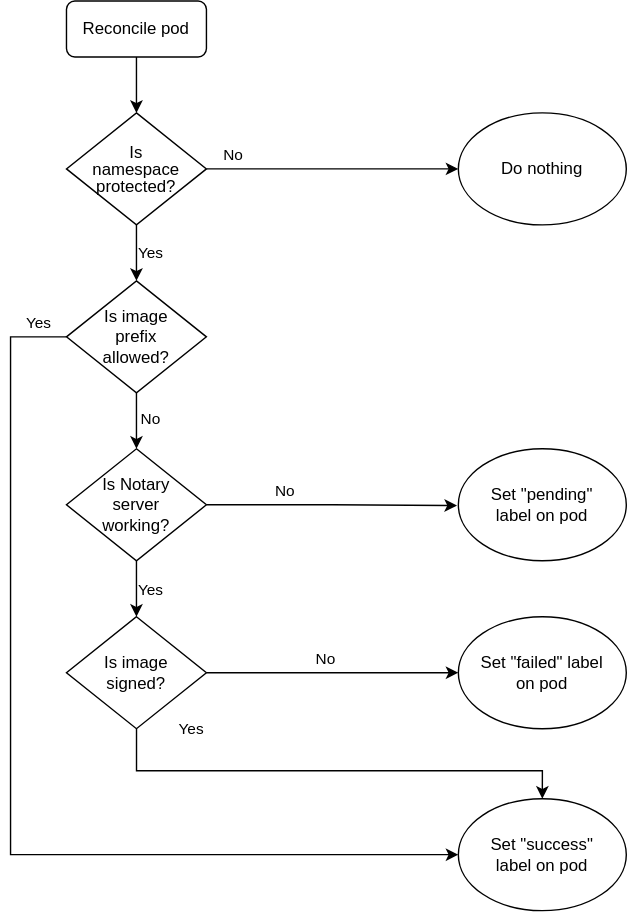
This is docs/assets/user_reconcile.svg from kyma-project/warden, a draw.io export, as it was before one commit. Source tidied: cells renumbered, new cells last; positions are measured from the earlier drawing's top-left corner, leaving out a move shared by most shapes.
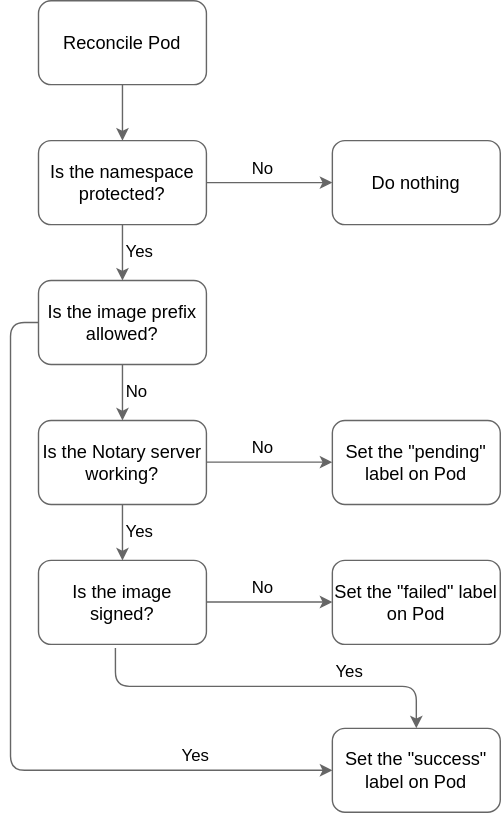
The same diagram one commit later.

Change to the diagram source:
```diff
@@ -1,105 +1,140 @@
-<mxGraphModel>
+<mxGraphModel background="#FFFFFF">
   <root>
     <mxCell id="0" />
     <mxCell id="1" parent="0" />
-    <mxCell id="2" style="edgeStyle=orthogonalEdgeStyle;rounded=0;jettySize=auto;html=1;" parent="1" edge="1" source="3" target="7">
-      <mxGeometry relative="1" as="geometry" />
-    </mxCell>
-    <mxCell id="3" value="Reconcile pod" style="rounded=1;whiteSpace=wrap;html=1;fontSize=12;glass=0;strokeWidth=1;shadow=0;" parent="1" vertex="1">
-      <mxGeometry x="40" width="100" height="40" as="geometry" />
-    </mxCell>
-    <mxCell id="4" value="Yes" style="edgeStyle=orthogonalEdgeStyle;rounded=0;jettySize=auto;html=1;" parent="1" edge="1" source="7" target="26">
-      <mxGeometry y="10" relative="1" as="geometry" />
-    </mxCell>
-    <mxCell id="5" style="edgeStyle=orthogonalEdgeStyle;rounded=0;jettySize=auto;html=1;" parent="1" edge="1" source="7" target="13">
-      <mxGeometry relative="1" as="geometry" />
-    </mxCell>
-    <mxCell id="6" value="No" style="edgeLabel;html=1;align=center;verticalAlign=middle;" parent="5" vertex="1">
-      <mxGeometry x="0.12" y="1" relative="1" as="geometry">
-        <mxPoint x="-82" y="-9" as="offset" />
-      </mxGeometry>
-    </mxCell>
-    <mxCell id="7" value="&lt;p style=&quot;line-height: 100%;&quot;&gt;Is namespace protected?&lt;/p&gt;" style="rhombus;whiteSpace=wrap;html=1;shadow=0;fontFamily=Helvetica;fontSize=12;align=center;strokeWidth=1;spacing=6;spacingTop=0;spacingLeft=10;spacingRight=10;" parent="1" vertex="1">
-      <mxGeometry x="40" y="80" width="100" height="80" as="geometry" />
-    </mxCell>
-    <mxCell id="8" style="edgeStyle=orthogonalEdgeStyle;rounded=0;jettySize=auto;html=1;entryX=0.5;entryY=0;entryDx=0;entryDy=0;" parent="1" edge="1" source="12" target="20">
-      <mxGeometry relative="1" as="geometry" />
-    </mxCell>
-    <mxCell id="9" value="Yes" style="edgeLabel;html=1;align=center;verticalAlign=middle;" parent="8" vertex="1">
-      <mxGeometry x="-0.05" y="1" relative="1" as="geometry">
-        <mxPoint x="9" y="1" as="offset" />
-      </mxGeometry>
-    </mxCell>
-    <mxCell id="10" style="edgeStyle=orthogonalEdgeStyle;rounded=0;jettySize=auto;html=1;entryX=-0.008;entryY=0.507;entryDx=0;entryDy=0;entryPerimeter=0;" parent="1" edge="1" source="12" target="14">
-      <mxGeometry relative="1" as="geometry" />
-    </mxCell>
-    <mxCell id="11" value="No" style="edgeLabel;html=1;align=center;verticalAlign=middle;" parent="10" vertex="1">
-      <mxGeometry x="-0.38" relative="1" as="geometry">
-        <mxPoint y="-10" as="offset" />
-      </mxGeometry>
-    </mxCell>
-    <mxCell id="12" value="Is Notary server working?" style="rhombus;whiteSpace=wrap;html=1;shadow=0;fontFamily=Helvetica;fontSize=12;align=center;strokeWidth=1;spacing=6;spacingTop=0;spacingLeft=10;spacingRight=10;" parent="1" vertex="1">
-      <mxGeometry x="40" y="320" width="100" height="80" as="geometry" />
-    </mxCell>
+    <mxCell id="27" value="Reconcile Pod" style="rounded=1;whiteSpace=wrap;html=1;fontSize=13;strokeColor=#666666;" parent="1" vertex="1">
+      <mxGeometry x="110" y="-20" width="120" height="60" as="geometry" />
+    </mxCell>
+    <mxCell id="28" style="edgeStyle=orthogonalEdgeStyle;rounded=1;jettySize=auto;html=1;startArrow=none;startFill=0;endArrow=classic;endFill=1;strokeColor=#666666;entryX=0.5;entryY=0;entryDx=0;entryDy=0;exitX=0.5;exitY=1;exitDx=0;exitDy=0;" parent="1" edge="1" source="27" target="29">
+      <mxGeometry relative="1" as="geometry" />
+    </mxCell>
+    <mxCell id="29" value="Is the namespace protected?" style="rounded=1;whiteSpace=wrap;html=1;fontSize=13;strokeColor=#666666;" parent="1" vertex="1">
+      <mxGeometry x="110" y="80" width="120" height="60" as="geometry" />
+    </mxCell>
+    <mxCell id="30" value="Is the image prefix allowed?" style="rounded=1;whiteSpace=wrap;html=1;fontSize=13;strokeColor=#666666;" parent="1" vertex="1">
+      <mxGeometry x="110" y="180" width="120" height="60" as="geometry" />
+    </mxCell>
+    <mxCell id="31" style="edgeStyle=orthogonalEdgeStyle;rounded=1;orthogonalLoop=1;jettySize=auto;html=1;startArrow=none;startFill=0;endArrow=classic;endFill=1;strokeColor=#666666;entryX=0.5;entryY=0;entryDx=0;entryDy=0;exitX=0.5;exitY=1;exitDx=0;exitDy=0;" parent="1" edge="1">
+      <mxGeometry relative="1" as="geometry">
+        <mxPoint x="170" y="140" as="sourcePoint" />
+        <mxPoint x="170" y="180" as="targetPoint" />
+        <Array as="points">
+          <mxPoint x="170" y="160" />
+          <mxPoint x="170" y="160" />
+        </Array>
+      </mxGeometry>
+    </mxCell>
+    <mxCell id="32" value="No" style="edgeLabel;html=1;align=center;verticalAlign=middle;labelBackgroundColor=none;fontSize=12;" parent="31" vertex="1">
+      <mxGeometry x="0.35" y="-4" relative="1" as="geometry">
+        <mxPoint x="104" y="-67" as="offset" />
+      </mxGeometry>
+    </mxCell>
+    <mxCell id="33" value="Yes" style="edgeLabel;html=1;align=center;verticalAlign=middle;labelBackgroundColor=none;fontSize=12;spacingLeft=4;" parent="31" vertex="1">
+      <mxGeometry x="0.35" y="-4" relative="1" as="geometry">
+        <mxPoint x="14" y="-7" as="offset" />
+      </mxGeometry>
+    </mxCell>
+    <mxCell id="34" value="No" style="edgeLabel;html=1;align=center;verticalAlign=middle;labelBackgroundColor=none;fontSize=12;" parent="31" vertex="1">
+      <mxGeometry x="0.35" y="-4" relative="1" as="geometry">
+        <mxPoint x="14" y="93" as="offset" />
+      </mxGeometry>
+    </mxCell>
+    <mxCell id="35" value="Yes" style="edgeLabel;html=1;align=center;verticalAlign=middle;labelBackgroundColor=none;fontSize=12;spacingLeft=4;" parent="31" vertex="1">
+      <mxGeometry x="0.35" y="-4" relative="1" as="geometry">
+        <mxPoint x="14" y="193" as="offset" />
+      </mxGeometry>
+    </mxCell>
+    <mxCell id="36" value="Yes" style="edgeLabel;html=1;align=center;verticalAlign=middle;labelBackgroundColor=none;fontSize=12;spacingLeft=4;" parent="31" vertex="1">
+      <mxGeometry x="0.35" y="-4" relative="1" as="geometry">
+        <mxPoint x="164" y="293" as="offset" />
+      </mxGeometry>
+    </mxCell>
+    <mxCell id="37" value="Yes" style="edgeLabel;html=1;align=center;verticalAlign=middle;labelBackgroundColor=none;fontSize=12;spacingLeft=4;" parent="31" vertex="1">
+      <mxGeometry x="0.35" y="-4" relative="1" as="geometry">
+        <mxPoint x="54" y="353" as="offset" />
+      </mxGeometry>
+    </mxCell>
+    <mxCell id="38" value="No" style="edgeLabel;html=1;align=center;verticalAlign=middle;labelBackgroundColor=none;fontSize=12;" parent="31" vertex="1">
+      <mxGeometry x="0.35" y="-4" relative="1" as="geometry">
+        <mxPoint x="104" y="133" as="offset" />
+      </mxGeometry>
+    </mxCell>
+    <mxCell id="39" value="No" style="edgeLabel;html=1;align=center;verticalAlign=middle;labelBackgroundColor=none;fontSize=12;" parent="31" vertex="1">
+      <mxGeometry x="0.35" y="-4" relative="1" as="geometry">
+        <mxPoint x="104" y="233" as="offset" />
+      </mxGeometry>
+    </mxCell>
+    <mxCell id="40" style="edgeStyle=orthogonalEdgeStyle;rounded=1;orthogonalLoop=1;jettySize=auto;html=1;startArrow=none;startFill=0;endArrow=classic;endFill=1;strokeColor=#666666;entryX=0.5;entryY=0;entryDx=0;entryDy=0;exitX=0.5;exitY=1;exitDx=0;exitDy=0;" parent="1" edge="1">
+      <mxGeometry relative="1" as="geometry">
+        <mxPoint x="170" y="240" as="sourcePoint" />
+        <mxPoint x="170" y="280" as="targetPoint" />
+        <Array as="points">
+          <mxPoint x="170" y="260" />
+          <mxPoint x="170" y="260" />
+        </Array>
+      </mxGeometry>
+    </mxCell>
+    <mxCell id="41" value="Is the Notary server working?" style="rounded=1;whiteSpace=wrap;html=1;fontSize=13;strokeColor=#666666;" parent="1" vertex="1">
+      <mxGeometry x="110" y="280" width="120" height="60" as="geometry" />
+    </mxCell>
+    <mxCell id="42" style="edgeStyle=orthogonalEdgeStyle;rounded=1;orthogonalLoop=1;jettySize=auto;html=1;startArrow=none;startFill=0;endArrow=classic;endFill=1;strokeColor=#666666;entryX=0.5;entryY=0;entryDx=0;entryDy=0;exitX=0.5;exitY=1;exitDx=0;exitDy=0;" parent="1" edge="1">
+      <mxGeometry relative="1" as="geometry">
+        <mxPoint x="170" y="340" as="sourcePoint" />
+        <mxPoint x="170" y="380" as="targetPoint" />
+        <Array as="points">
+          <mxPoint x="170" y="360" />
+          <mxPoint x="170" y="360" />
+        </Array>
+      </mxGeometry>
+    </mxCell>
+    <mxCell id="43" value="Is the image signed?" style="rounded=1;whiteSpace=wrap;html=1;fontSize=13;strokeColor=#666666;" parent="1" vertex="1">
+      <mxGeometry x="110" y="380" width="120" height="60" as="geometry" />
+    </mxCell>
-    <mxCell id="13" value="Do nothing" style="ellipse;whiteSpace=wrap;html=1;spacingLeft=10;spacingRight=10;" parent="1" vertex="1">
-      <mxGeometry x="320" y="80" width="120" height="80" as="geometry" />
+    <mxCell id="13" value="Do nothing" style="rounded=1;whiteSpace=wrap;html=1;fontSize=13;strokeColor=#666666;" parent="1" vertex="1">
+      <mxGeometry x="320" y="80" width="120" height="60" as="geometry" />
     </mxCell>
-    <mxCell id="14" value="Set &quot;pending&quot; label on pod" style="ellipse;whiteSpace=wrap;html=1;spacingLeft=10;spacingRight=10;" parent="1" vertex="1">
-      <mxGeometry x="320" y="320" width="120" height="80" as="geometry" />
-    </mxCell>
-    <mxCell id="15" value="Set &quot;failed&quot; label on pod" style="ellipse;whiteSpace=wrap;html=1;spacingLeft=10;spacingRight=10;" parent="1" vertex="1">
-      <mxGeometry x="320" y="440" width="120" height="80" as="geometry" />
-    </mxCell>
-    <mxCell id="16" style="edgeStyle=orthogonalEdgeStyle;rounded=0;jettySize=auto;html=1;exitX=1;exitY=0.5;exitDx=0;exitDy=0;entryX=0;entryY=0.5;entryDx=0;entryDy=0;" parent="1" edge="1" source="20" target="15">
-      <mxGeometry relative="1" as="geometry" />
-    </mxCell>
-    <mxCell id="17" value="No" style="edgeLabel;html=1;align=center;verticalAlign=middle;" parent="16" vertex="1">
-      <mxGeometry x="-0.06" y="3" relative="1" as="geometry">
-        <mxPoint y="-7" as="offset" />
-      </mxGeometry>
-    </mxCell>
-    <mxCell id="18" style="edgeStyle=orthogonalEdgeStyle;rounded=0;jettySize=auto;html=1;entryX=0.5;entryY=0;entryDx=0;entryDy=0;" parent="1" edge="1" source="20" target="21">
-      <mxGeometry relative="1" as="geometry">
-        <Array as="points">
-          <mxPoint x="90" y="550" />
-          <mxPoint x="380" y="550" />
-        </Array>
-      </mxGeometry>
-    </mxCell>
-    <mxCell id="19" value="Yes" style="edgeLabel;html=1;align=center;verticalAlign=middle;" parent="18" vertex="1">
-      <mxGeometry x="-0.06" y="2" relative="1" as="geometry">
-        <mxPoint x="-91" y="-28" as="offset" />
-      </mxGeometry>
-    </mxCell>
-    <mxCell id="20" value="Is image signed?" style="rhombus;whiteSpace=wrap;html=1;spacingLeft=10;spacingRight=10;" parent="1" vertex="1">
-      <mxGeometry x="40" y="440" width="100" height="80" as="geometry" />
-    </mxCell>
-    <mxCell id="21" value="Set &quot;success&quot; label on pod" style="ellipse;whiteSpace=wrap;html=1;spacingLeft=10;spacingRight=10;" parent="1" vertex="1">
-      <mxGeometry x="320" y="570" width="120" height="80" as="geometry" />
-    </mxCell>
-    <mxCell id="22" style="edgeStyle=orthogonalEdgeStyle;rounded=0;jettySize=auto;html=1;exitX=0;exitY=0.5;exitDx=0;exitDy=0;entryX=0;entryY=0.5;entryDx=0;entryDy=0;" parent="1" edge="1" source="26" target="21">
-      <mxGeometry relative="1" as="geometry">
-        <Array as="points">
-          <mxPoint y="240" />
-          <mxPoint y="610" />
-        </Array>
-      </mxGeometry>
-    </mxCell>
-    <mxCell id="23" value="Yes" style="edgeLabel;html=1;align=center;verticalAlign=middle;" parent="22" vertex="1">
-      <mxGeometry x="-0.94" y="-2" relative="1" as="geometry">
-        <mxPoint y="-8" as="offset" />
-      </mxGeometry>
-    </mxCell>
-    <mxCell id="24" style="edgeStyle=orthogonalEdgeStyle;rounded=0;jettySize=auto;html=1;" parent="1" edge="1" source="26" target="12">
-      <mxGeometry relative="1" as="geometry" />
-    </mxCell>
-    <mxCell id="25" value="No" style="edgeLabel;html=1;align=center;verticalAlign=middle;" parent="24" vertex="1">
-      <mxGeometry x="-0.13" y="1" relative="1" as="geometry">
-        <mxPoint x="9" y="2" as="offset" />
-      </mxGeometry>
-    </mxCell>
-    <mxCell id="26" value="Is image prefix allowed?" style="rhombus;shadow=0;rounded=0;whiteSpace=wrap;html=1;labelBorderColor=none;labelBackgroundColor=none;verticalAlign=middle;horizontal=1;spacingRight=10;spacingLeft=10;" parent="1" vertex="1">
-      <mxGeometry x="40" y="200" width="100" height="80" as="geometry" />
-    </mxCell>
+    <mxCell id="44" style="edgeStyle=orthogonalEdgeStyle;rounded=1;orthogonalLoop=1;jettySize=auto;html=1;strokeColor=#666666;" parent="1" edge="1">
+      <mxGeometry relative="1" as="geometry">
+        <mxPoint x="230" y="110" as="sourcePoint" />
+        <mxPoint x="320" y="110" as="targetPoint" />
+      </mxGeometry>
+    </mxCell>
+    <mxCell id="45" value="Set the &quot;pending&quot; label on Pod" style="rounded=1;whiteSpace=wrap;html=1;fontSize=13;strokeColor=#666666;" parent="1" vertex="1">
+      <mxGeometry x="320" y="280" width="120" height="60" as="geometry" />
+    </mxCell>
+    <mxCell id="46" value="Set the &quot;failed&quot; label on Pod" style="rounded=1;whiteSpace=wrap;html=1;fontSize=13;strokeColor=#666666;" parent="1" vertex="1">
+      <mxGeometry x="320" y="380" width="120" height="60" as="geometry" />
+    </mxCell>
+    <mxCell id="47" style="edgeStyle=orthogonalEdgeStyle;rounded=1;jettySize=auto;html=1;strokeColor=#666666;entryX=0.5;entryY=0;entryDx=0;entryDy=0;exitX=0.458;exitY=1.043;exitDx=0;exitDy=0;exitPerimeter=0;" parent="1" edge="1" source="43" target="51">
+      <mxGeometry relative="1" as="geometry">
+        <Array as="points">
+          <mxPoint x="165" y="470" />
+          <mxPoint x="380" y="470" />
+        </Array>
+      </mxGeometry>
+    </mxCell>
+    <mxCell id="48" style="edgeStyle=orthogonalEdgeStyle;rounded=1;orthogonalLoop=1;jettySize=auto;html=1;strokeColor=#666666;" parent="1" edge="1">
+      <mxGeometry relative="1" as="geometry">
+        <mxPoint x="230" y="309.8" as="sourcePoint" />
+        <mxPoint x="320" y="309.8" as="targetPoint" />
+      </mxGeometry>
+    </mxCell>
+    <mxCell id="49" style="edgeStyle=orthogonalEdgeStyle;rounded=1;orthogonalLoop=1;jettySize=auto;html=1;strokeColor=#666666;" parent="1" edge="1">
+      <mxGeometry relative="1" as="geometry">
+        <mxPoint x="230" y="409.8" as="sourcePoint" />
+        <mxPoint x="320" y="409.8" as="targetPoint" />
+      </mxGeometry>
+    </mxCell>
+    <mxCell id="50" style="edgeStyle=orthogonalEdgeStyle;rounded=1;jettySize=auto;html=1;strokeColor=#666666;exitX=0;exitY=0.5;exitDx=0;exitDy=0;" parent="1" edge="1" source="30" target="51">
+      <mxGeometry relative="1" as="geometry">
+        <Array as="points">
+          <mxPoint x="90" y="210" />
+          <mxPoint x="90" y="530" />
+        </Array>
+      </mxGeometry>
+    </mxCell>
+    <mxCell id="51" value="Set the &quot;success&quot; label on Pod" style="rounded=1;whiteSpace=wrap;html=1;fontSize=13;strokeColor=#666666;" parent="1" vertex="1">
+      <mxGeometry x="320" y="500" width="120" height="60" as="geometry" />
+    </mxCell>
   </root>
 </mxGraphModel>
```
